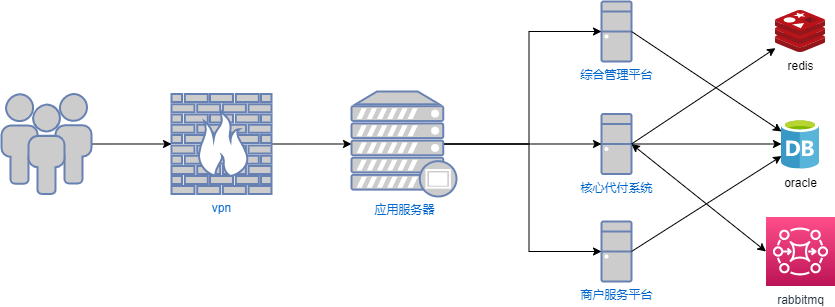
The draw.io diagram Untitled Diagram.drawio.png in songyibo2019/mydiagrams, before a commit. Source tidied: cells renumbered, new cells last; positions are measured from the earlier drawing's top-left corner, leaving out a move shared by most shapes.
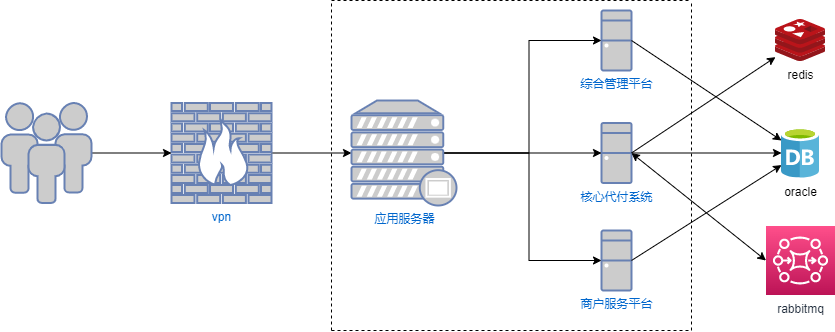
The same diagram one commit later.

The edit, as a diff of the source:
```diff
@@ -61,5 +61,29 @@
     <mxCell id="20" style="endArrow=classic;startArrow=classic;html=1;rounded=0;entryX=1;entryY=0.5;entryDx=0;entryDy=0;entryPerimeter=0;exitX=0;exitY=0.5;exitDx=0;exitDy=0;exitPerimeter=0;" parent="1" edge="1" source="15" target="8">
       <mxGeometry relative="1" as="geometry" />
     </mxCell>
+    <mxCell id="21" style="endArrow=none;dashed=1;html=1;rounded=0;" parent="1" edge="1">
+      <mxGeometry relative="1" as="geometry">
+        <mxPoint x="330" y="320" as="sourcePoint" />
+        <mxPoint x="330" y="-10" as="targetPoint" />
+      </mxGeometry>
+    </mxCell>
+    <mxCell id="22" style="endArrow=none;dashed=1;html=1;rounded=0;" parent="1" edge="1">
+      <mxGeometry relative="1" as="geometry">
+        <mxPoint x="330" y="-10" as="sourcePoint" />
+        <mxPoint x="690" y="-10" as="targetPoint" />
+      </mxGeometry>
+    </mxCell>
+    <mxCell id="23" style="endArrow=none;dashed=1;html=1;rounded=0;" parent="1" edge="1">
+      <mxGeometry relative="1" as="geometry">
+        <mxPoint x="330" y="320" as="sourcePoint" />
+        <mxPoint x="690" y="320" as="targetPoint" />
+      </mxGeometry>
+    </mxCell>
+    <mxCell id="24" style="endArrow=none;dashed=1;html=1;rounded=0;" parent="1" edge="1">
+      <mxGeometry relative="1" as="geometry">
+        <mxPoint x="690" y="320" as="sourcePoint" />
+        <mxPoint x="690" y="-10" as="targetPoint" />
+      </mxGeometry>
+    </mxCell>
   </root>
 </mxGraphModel>
```
